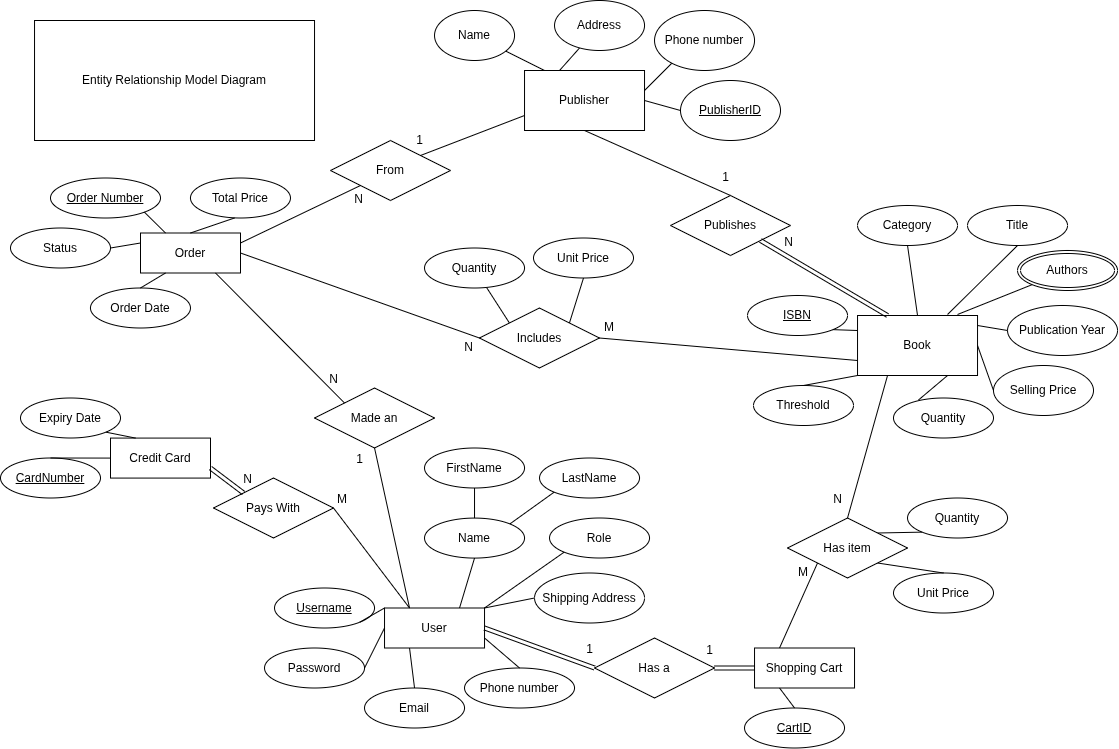
This is src/Database/images/ERD.png from seifmaazouz/order-processing-system, a draw.io export, as it was before one commit. Source tidied: cells renumbered, new cells last; positions are measured from the earlier drawing's top-left corner, leaving out a move shared by most shapes.
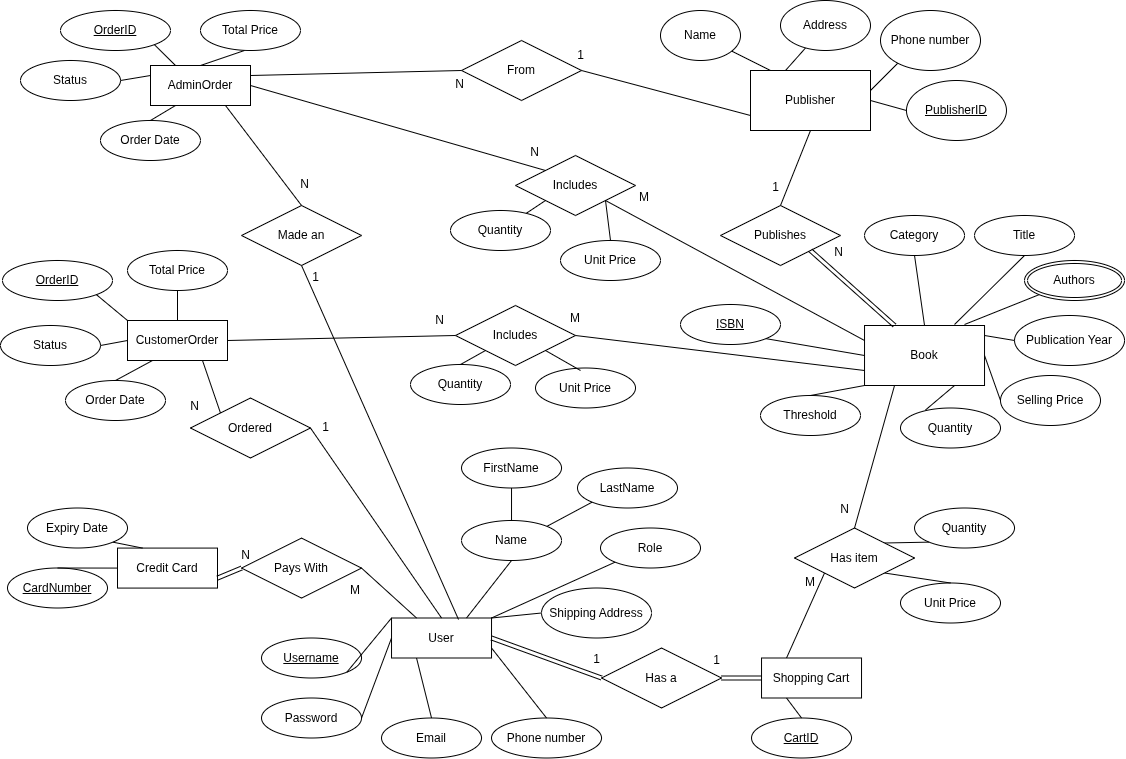
Above is the later version.

Commit message:
Feature: updated schema and all queries to split order table

What changed in the source:
```diff
@@ -5,3 +5,3 @@
     <mxCell id="2" value="Publisher" style="rounded=0;whiteSpace=wrap;html=1;" parent="1" vertex="1">
-      <mxGeometry x="524" y="70" width="120" height="60" as="geometry" />
+      <mxGeometry x="743" y="60" width="120" height="60" as="geometry" />
     </mxCell>
@@ -9,4 +9,4 @@
       <mxGeometry relative="1" as="geometry">
-        <mxPoint x="544" y="70" as="sourcePoint" />
-        <mxPoint x="504" y="50" as="targetPoint" />
+        <mxPoint x="763" y="60" as="sourcePoint" />
+        <mxPoint x="723" y="40" as="targetPoint" />
       </mxGeometry>
@@ -14,6 +14,6 @@
     <mxCell id="4" value="Name" style="ellipse;whiteSpace=wrap;html=1;" parent="1" vertex="1">
-      <mxGeometry x="434" y="10" width="80" height="50" as="geometry" />
+      <mxGeometry x="653" width="80" height="50" as="geometry" />
     </mxCell>
     <mxCell id="5" value="&lt;u&gt;PublisherID&lt;/u&gt;" style="ellipse;whiteSpace=wrap;html=1;" parent="1" vertex="1">
-      <mxGeometry x="680" y="80" width="100" height="60" as="geometry" />
+      <mxGeometry x="899" y="70" width="100" height="60" as="geometry" />
     </mxCell>
@@ -24,3 +24,3 @@
       <mxGeometry relative="1" as="geometry">
-        <mxPoint x="559" y="70" as="sourcePoint" />
+        <mxPoint x="778" y="60" as="sourcePoint" />
       </mxGeometry>
@@ -28,3 +28,3 @@
     <mxCell id="8" value="Address" style="ellipse;whiteSpace=wrap;html=1;" parent="1" vertex="1">
-      <mxGeometry x="554" width="90" height="50" as="geometry" />
+      <mxGeometry x="773" y="-10" width="90" height="50" as="geometry" />
     </mxCell>
@@ -32,4 +32,4 @@
       <mxGeometry relative="1" as="geometry">
-        <mxPoint x="644" y="90" as="sourcePoint" />
-        <mxPoint x="674" y="60" as="targetPoint" />
+        <mxPoint x="863" y="80" as="sourcePoint" />
+        <mxPoint x="893" y="50" as="targetPoint" />
       </mxGeometry>
@@ -37,3 +37,3 @@
     <mxCell id="10" value="Phone number" style="ellipse;whiteSpace=wrap;html=1;" parent="1" vertex="1">
-      <mxGeometry x="654" y="10" width="100" height="60" as="geometry" />
+      <mxGeometry x="873" width="100" height="60" as="geometry" />
     </mxCell>
@@ -43,5 +43,5 @@
     <mxCell id="12" value="ISBN" style="ellipse;whiteSpace=wrap;html=1;align=center;fontStyle=4;" parent="1" vertex="1">
-      <mxGeometry x="747" y="295" width="100" height="40" as="geometry" />
+      <mxGeometry x="673" y="294" width="100" height="40" as="geometry" />
     </mxCell>
-    <mxCell id="13" style="endArrow=none;html=1;rounded=0;exitX=1;exitY=1;exitDx=0;exitDy=0;entryX=0;entryY=0.25;entryDx=0;entryDy=0;" parent="1" edge="1" source="12" target="11">
+    <mxCell id="13" style="endArrow=none;html=1;rounded=0;exitX=1;exitY=1;exitDx=0;exitDy=0;entryX=0;entryY=0.5;entryDx=0;entryDy=0;" parent="1" edge="1" source="12" target="11">
       <mxGeometry relative="1" as="geometry" />
@@ -91,3 +91,3 @@
     <mxCell id="26" value="Publishes" style="shape=rhombus;perimeter=rhombusPerimeter;whiteSpace=wrap;html=1;align=center;" parent="1" vertex="1">
-      <mxGeometry x="670" y="195" width="120" height="60" as="geometry" />
+      <mxGeometry x="713" y="195" width="120" height="60" as="geometry" />
     </mxCell>
@@ -105,3 +105,3 @@
     <mxCell id="30" value="Password" style="ellipse;whiteSpace=wrap;html=1;align=center;" parent="1" vertex="1">
-      <mxGeometry x="264" y="647.5" width="100" height="40" as="geometry" />
+      <mxGeometry x="254" y="687.5" width="100" height="40" as="geometry" />
     </mxCell>
@@ -111,3 +111,3 @@
     <mxCell id="32" value="Username" style="ellipse;whiteSpace=wrap;html=1;align=center;fontStyle=4;" parent="1" vertex="1">
-      <mxGeometry x="274" y="587.5" width="100" height="40" as="geometry" />
+      <mxGeometry x="254" y="627.5" width="100" height="40" as="geometry" />
     </mxCell>
@@ -117,9 +117,9 @@
     <mxCell id="34" value="Email" style="ellipse;whiteSpace=wrap;html=1;align=center;" parent="1" vertex="1">
-      <mxGeometry x="364" y="687.5" width="100" height="40" as="geometry" />
+      <mxGeometry x="374" y="707.5" width="100" height="40" as="geometry" />
     </mxCell>
     <mxCell id="35" value="Phone number" style="ellipse;whiteSpace=wrap;html=1;align=center;" parent="1" vertex="1">
-      <mxGeometry x="464" y="667.5" width="110" height="40" as="geometry" />
+      <mxGeometry x="484" y="707.5" width="110" height="40" as="geometry" />
     </mxCell>
     <mxCell id="36" value="Shipping Address" style="ellipse;whiteSpace=wrap;html=1;align=center;" parent="1" vertex="1">
-      <mxGeometry x="534" y="572.5" width="110" height="50" as="geometry" />
+      <mxGeometry x="534" y="577.5" width="110" height="50" as="geometry" />
     </mxCell>
@@ -199,6 +199,6 @@
     <mxCell id="58" value="Credit Card" style="whiteSpace=wrap;html=1;align=center;" parent="1" vertex="1">
-      <mxGeometry x="110" y="437.6" width="100" height="40" as="geometry" />
+      <mxGeometry x="110" y="537.6" width="100" height="40" as="geometry" />
     </mxCell>
     <mxCell id="59" value="CardNumber" style="ellipse;whiteSpace=wrap;html=1;align=center;fontStyle=4;" parent="1" vertex="1">
-      <mxGeometry y="457.5" width="100" height="40" as="geometry" />
+      <mxGeometry y="557.5" width="100" height="40" as="geometry" />
     </mxCell>
@@ -208,3 +208,3 @@
     <mxCell id="61" value="Expiry Date" style="ellipse;whiteSpace=wrap;html=1;align=center;" parent="1" vertex="1">
-      <mxGeometry x="20" y="397.5" width="100" height="40" as="geometry" />
+      <mxGeometry x="20" y="497.5" width="100" height="40" as="geometry" />
     </mxCell>
@@ -214,3 +214,3 @@
     <mxCell id="63" value="Pays With" style="shape=rhombus;perimeter=rhombusPerimeter;whiteSpace=wrap;html=1;align=center;" parent="1" vertex="1">
-      <mxGeometry x="213" y="477.5" width="120" height="60" as="geometry" />
+      <mxGeometry x="234" y="527.6" width="120" height="60" as="geometry" />
     </mxCell>
@@ -221,6 +221,6 @@
       <mxGeometry x="1" relative="1" as="geometry">
-        <mxPoint x="15" as="offset" />
+        <mxPoint y="30" as="offset" />
       </mxGeometry>
     </mxCell>
-    <mxCell id="66" style="shape=link;html=1;rounded=0;exitX=1;exitY=0.75;exitDx=0;exitDy=0;entryX=0;entryY=0;entryDx=0;entryDy=0;" parent="1" edge="1" source="58" target="63">
+    <mxCell id="66" style="shape=link;html=1;rounded=0;exitX=1;exitY=0.75;exitDx=0;exitDy=0;entryX=0;entryY=0.5;entryDx=0;entryDy=0;" parent="1" edge="1" source="58" target="63">
       <mxGeometry relative="1" as="geometry" />
@@ -232,7 +232,7 @@
     </mxCell>
-    <mxCell id="68" value="Order" style="whiteSpace=wrap;html=1;align=center;" parent="1" vertex="1">
-      <mxGeometry x="140" y="232.5" width="100" height="40" as="geometry" />
+    <mxCell id="68" value="AdminOrder" style="whiteSpace=wrap;html=1;align=center;" parent="1" vertex="1">
+      <mxGeometry x="143" y="55" width="100" height="40" as="geometry" />
     </mxCell>
-    <mxCell id="69" value="Order Number" style="ellipse;whiteSpace=wrap;html=1;align=center;fontStyle=4;" parent="1" vertex="1">
-      <mxGeometry x="50" y="177.5" width="110" height="40" as="geometry" />
+    <mxCell id="69" value="OrderID" style="ellipse;whiteSpace=wrap;html=1;align=center;fontStyle=4;" parent="1" vertex="1">
+      <mxGeometry x="53" width="110" height="40" as="geometry" />
     </mxCell>
@@ -242,3 +242,3 @@
     <mxCell id="71" value="Status" style="ellipse;whiteSpace=wrap;html=1;align=center;" parent="1" vertex="1">
-      <mxGeometry x="10" y="227.5" width="100" height="40" as="geometry" />
+      <mxGeometry x="13" y="50" width="100" height="40" as="geometry" />
     </mxCell>
@@ -248,3 +248,3 @@
     <mxCell id="73" value="Order Date" style="ellipse;whiteSpace=wrap;html=1;align=center;" parent="1" vertex="1">
-      <mxGeometry x="90" y="287.5" width="100" height="40" as="geometry" />
+      <mxGeometry x="93" y="110" width="100" height="40" as="geometry" />
     </mxCell>
@@ -254,3 +254,3 @@
     <mxCell id="75" value="Total Price" style="ellipse;whiteSpace=wrap;html=1;align=center;" parent="1" vertex="1">
-      <mxGeometry x="190" y="177.5" width="100" height="40" as="geometry" />
+      <mxGeometry x="193" width="100" height="40" as="geometry" />
     </mxCell>
@@ -260,5 +260,5 @@
     <mxCell id="77" value="Made an" style="shape=rhombus;perimeter=rhombusPerimeter;whiteSpace=wrap;html=1;align=center;" parent="1" vertex="1">
-      <mxGeometry x="314" y="387.5" width="120" height="60" as="geometry" />
+      <mxGeometry x="234" y="195" width="120" height="60" as="geometry" />
     </mxCell>
-    <mxCell id="78" style="endArrow=none;html=1;rounded=0;exitX=0.25;exitY=0;exitDx=0;exitDy=0;entryX=0.5;entryY=1;entryDx=0;entryDy=0;" parent="1" edge="1" source="29" target="77">
+    <mxCell id="78" style="endArrow=none;html=1;rounded=0;exitX=0.67;exitY=0.038;exitDx=0;exitDy=0;entryX=0.5;entryY=1;entryDx=0;entryDy=0;exitPerimeter=0;" parent="1" edge="1" source="29" target="77">
       <mxGeometry relative="1" as="geometry" />
@@ -267,14 +267,6 @@
       <mxGeometry x="1" relative="1" as="geometry">
-        <mxPoint x="-10" y="20" as="offset" />
+        <mxPoint x="19" y="20" as="offset" />
       </mxGeometry>
     </mxCell>
-    <mxCell id="80" style="endArrow=none;html=1;rounded=0;exitX=0.75;exitY=1;exitDx=0;exitDy=0;entryX=0;entryY=0;entryDx=0;entryDy=0;" parent="1" edge="1" source="68" target="77">
-      <mxGeometry relative="1" as="geometry" />
-    </mxCell>
-    <mxCell id="81" value="N" style="html=1;whiteSpace=wrap;align=right;verticalAlign=bottom;" parent="80" vertex="1">
-      <mxGeometry x="1" relative="1" as="geometry">
-        <mxPoint x="-5" y="-15" as="offset" />
-      </mxGeometry>
-    </mxCell>
-    <mxCell id="82" style="endArrow=none;html=1;rounded=0;exitX=1;exitY=0.5;exitDx=0;exitDy=0;entryX=0;entryY=0.5;entryDx=0;entryDy=0;" parent="1" edge="1" source="68" target="96">
+    <mxCell id="82" style="endArrow=none;html=1;rounded=0;exitX=1;exitY=0.5;exitDx=0;exitDy=0;entryX=0;entryY=0;entryDx=0;entryDy=0;" parent="1" edge="1" source="68" target="96">
       <mxGeometry relative="1" as="geometry" />
@@ -283,14 +275,6 @@
       <mxGeometry x="1" relative="1" as="geometry">
-        <mxPoint x="-5" y="17" as="offset" />
+        <mxPoint x="-5" y="-10" as="offset" />
       </mxGeometry>
     </mxCell>
-    <mxCell id="84" style="endArrow=none;html=1;rounded=0;exitX=0;exitY=0.75;exitDx=0;exitDy=0;entryX=1;entryY=0.5;entryDx=0;entryDy=0;" parent="1" edge="1" source="11" target="96">
-      <mxGeometry relative="1" as="geometry" />
-    </mxCell>
-    <mxCell id="85" value="M" style="html=1;whiteSpace=wrap;align=right;verticalAlign=bottom;" parent="84" vertex="1">
-      <mxGeometry x="1" relative="1" as="geometry">
-        <mxPoint x="16" y="-3" as="offset" />
-      </mxGeometry>
-    </mxCell>
-    <mxCell id="86" style="endArrow=none;html=1;rounded=0;exitX=0;exitY=0;exitDx=0;exitDy=0;" parent="1" edge="1" source="96" target="87">
+    <mxCell id="86" style="endArrow=none;html=1;rounded=0;exitX=0;exitY=1;exitDx=0;exitDy=0;" parent="1" edge="1" source="96" target="87">
       <mxGeometry relative="1" as="geometry" />
@@ -298,8 +282,8 @@
     <mxCell id="87" value="Quantity" style="ellipse;whiteSpace=wrap;html=1;align=center;" parent="1" vertex="1">
-      <mxGeometry x="424" y="247.5" width="100" height="40" as="geometry" />
+      <mxGeometry x="443" y="200" width="100" height="40" as="geometry" />
     </mxCell>
     <mxCell id="88" value="Unit Price" style="ellipse;whiteSpace=wrap;html=1;align=center;" parent="1" vertex="1">
-      <mxGeometry x="533" y="237.5" width="100" height="40" as="geometry" />
+      <mxGeometry x="553" y="230" width="100" height="40" as="geometry" />
     </mxCell>
-    <mxCell id="89" style="endArrow=none;html=1;rounded=0;exitX=1;exitY=0;exitDx=0;exitDy=0;entryX=0.5;entryY=1;entryDx=0;entryDy=0;" parent="1" edge="1" source="96" target="88">
+    <mxCell id="89" style="endArrow=none;html=1;rounded=0;exitX=1;exitY=1;exitDx=0;exitDy=0;entryX=0.5;entryY=0;entryDx=0;entryDy=0;" parent="1" edge="1" source="96" target="88">
       <mxGeometry relative="1" as="geometry" />
@@ -307,5 +291,5 @@
     <mxCell id="90" value="From" style="shape=rhombus;perimeter=rhombusPerimeter;whiteSpace=wrap;html=1;align=center;" parent="1" vertex="1">
-      <mxGeometry x="330" y="140" width="120" height="60" as="geometry" />
+      <mxGeometry x="454" y="30" width="120" height="60" as="geometry" />
     </mxCell>
-    <mxCell id="91" style="endArrow=none;html=1;rounded=0;exitX=1;exitY=0.25;exitDx=0;exitDy=0;entryX=0;entryY=1;entryDx=0;entryDy=0;" parent="1" edge="1" source="68" target="90">
+    <mxCell id="91" style="endArrow=none;html=1;rounded=0;exitX=1;exitY=0.25;exitDx=0;exitDy=0;entryX=0;entryY=0.5;entryDx=0;entryDy=0;" parent="1" edge="1" source="68" target="90">
       <mxGeometry relative="1" as="geometry" />
@@ -317,3 +301,3 @@
     </mxCell>
-    <mxCell id="93" style="endArrow=none;html=1;rounded=0;exitX=0;exitY=0.75;exitDx=0;exitDy=0;entryX=1;entryY=0;entryDx=0;entryDy=0;" parent="1" edge="1" source="2" target="90">
+    <mxCell id="93" style="endArrow=none;html=1;rounded=0;exitX=0;exitY=0.75;exitDx=0;exitDy=0;entryX=1;entryY=0.5;entryDx=0;entryDy=0;" parent="1" edge="1" source="2" target="90">
       <mxGeometry relative="1" as="geometry" />
@@ -325,10 +309,7 @@
     </mxCell>
-    <mxCell id="95" value="Entity Relationship Model Diagram" style="whiteSpace=wrap;html=1;align=center;" parent="1" vertex="1">
-      <mxGeometry x="34" y="20" width="280" height="120" as="geometry" />
-    </mxCell>
     <mxCell id="96" value="Includes" style="shape=rhombus;perimeter=rhombusPerimeter;whiteSpace=wrap;html=1;align=center;" parent="1" vertex="1">
-      <mxGeometry x="478.9" y="307.5" width="120" height="60" as="geometry" />
+      <mxGeometry x="508" y="145" width="120" height="60" as="geometry" />
     </mxCell>
     <mxCell id="97" value="Name" style="ellipse;whiteSpace=wrap;html=1;align=center;" parent="1" vertex="1">
-      <mxGeometry x="424" y="517.6" width="100" height="40" as="geometry" />
+      <mxGeometry x="454" y="510" width="100" height="40" as="geometry" />
     </mxCell>
@@ -338,6 +319,6 @@
     <mxCell id="99" value="FirstName" style="ellipse;whiteSpace=wrap;html=1;align=center;" parent="1" vertex="1">
-      <mxGeometry x="424" y="447.5" width="100" height="40" as="geometry" />
+      <mxGeometry x="454" y="437.5" width="100" height="40" as="geometry" />
     </mxCell>
     <mxCell id="100" value="LastName" style="ellipse;whiteSpace=wrap;html=1;align=center;" parent="1" vertex="1">
-      <mxGeometry x="539" y="457.5" width="100" height="40" as="geometry" />
+      <mxGeometry x="570" y="457.5" width="100" height="40" as="geometry" />
     </mxCell>
@@ -353,3 +334,3 @@
     <mxCell id="104" value="Role" style="ellipse;whiteSpace=wrap;html=1;align=center;" parent="1" vertex="1">
-      <mxGeometry x="549" y="517.5" width="100" height="40" as="geometry" />
+      <mxGeometry x="593" y="517.5" width="100" height="40" as="geometry" />
     </mxCell>
@@ -369,2 +350,97 @@
     </mxCell>
+    <mxCell id="84" style="endArrow=none;html=1;rounded=0;exitX=0;exitY=0.25;exitDx=0;exitDy=0;entryX=1;entryY=1;entryDx=0;entryDy=0;" parent="1" edge="1" source="11" target="96">
+      <mxGeometry relative="1" as="geometry" />
+    </mxCell>
+    <mxCell id="109" value="M" style="html=1;whiteSpace=wrap;align=right;verticalAlign=bottom;" parent="84" vertex="1">
+      <mxGeometry x="1" relative="1" as="geometry">
+        <mxPoint x="45" y="5" as="offset" />
+      </mxGeometry>
+    </mxCell>
+    <mxCell id="80" style="endArrow=none;html=1;rounded=0;exitX=0.75;exitY=1;exitDx=0;exitDy=0;entryX=0.5;entryY=0;entryDx=0;entryDy=0;" parent="1" edge="1" source="68" target="77">
+      <mxGeometry relative="1" as="geometry" />
+    </mxCell>
+    <mxCell id="110" value="N" style="html=1;whiteSpace=wrap;align=right;verticalAlign=bottom;" parent="80" vertex="1">
+      <mxGeometry x="1" relative="1" as="geometry">
+        <mxPoint x="9" y="-13" as="offset" />
+      </mxGeometry>
+    </mxCell>
+    <mxCell id="111" value="CustomerOrder" style="whiteSpace=wrap;html=1;align=center;" parent="1" vertex="1">
+      <mxGeometry x="120" y="310" width="100" height="40" as="geometry" />
+    </mxCell>
+    <mxCell id="112" value="Ordered" style="shape=rhombus;perimeter=rhombusPerimeter;whiteSpace=wrap;html=1;align=center;" parent="1" vertex="1">
+      <mxGeometry x="183" y="387.5" width="120" height="60" as="geometry" />
+    </mxCell>
+    <mxCell id="113" style="endArrow=none;html=1;rounded=0;exitX=0.5;exitY=0;exitDx=0;exitDy=0;entryX=1;entryY=0.5;entryDx=0;entryDy=0;" parent="1" edge="1" source="29" target="112">
+      <mxGeometry relative="1" as="geometry" />
+    </mxCell>
+    <mxCell id="114" value="1" style="html=1;whiteSpace=wrap;align=right;verticalAlign=bottom;" parent="113" vertex="1">
+      <mxGeometry x="1" relative="1" as="geometry">
+        <mxPoint x="20" y="8" as="offset" />
+      </mxGeometry>
+    </mxCell>
+    <mxCell id="115" style="endArrow=none;html=1;rounded=0;exitX=0.75;exitY=1;exitDx=0;exitDy=0;entryX=0;entryY=0;entryDx=0;entryDy=0;" parent="1" edge="1" source="111" target="112">
+      <mxGeometry relative="1" as="geometry" />
+    </mxCell>
+    <mxCell id="116" value="N" style="html=1;whiteSpace=wrap;align=right;verticalAlign=bottom;" parent="115" vertex="1">
+      <mxGeometry x="1" relative="1" as="geometry">
+        <mxPoint x="-20" y="2" as="offset" />
+      </mxGeometry>
+    </mxCell>
+    <mxCell id="117" value="OrderID" style="ellipse;whiteSpace=wrap;html=1;align=center;fontStyle=4;" parent="1" vertex="1">
+      <mxGeometry x="-5" y="250" width="110" height="40" as="geometry" />
+    </mxCell>
+    <mxCell id="118" value="Status" style="ellipse;whiteSpace=wrap;html=1;align=center;" parent="1" vertex="1">
+      <mxGeometry x="-7" y="315" width="100" height="40" as="geometry" />
+    </mxCell>
+    <mxCell id="119" value="Total Price" style="ellipse;whiteSpace=wrap;html=1;align=center;" parent="1" vertex="1">
+      <mxGeometry x="120" y="240" width="100" height="40" as="geometry" />
+    </mxCell>
+    <mxCell id="120" value="Order Date" style="ellipse;whiteSpace=wrap;html=1;align=center;" parent="1" vertex="1">
+      <mxGeometry x="58" y="370" width="100" height="40" as="geometry" />
+    </mxCell>
+    <mxCell id="121" style="endArrow=none;html=1;rounded=0;exitX=0.5;exitY=0;exitDx=0;exitDy=0;entryX=0.5;entryY=1;entryDx=0;entryDy=0;" parent="1" edge="1" source="111" target="119">
+      <mxGeometry relative="1" as="geometry" />
+    </mxCell>
+    <mxCell id="122" style="endArrow=none;html=1;rounded=0;exitX=0;exitY=0;exitDx=0;exitDy=0;entryX=1;entryY=1;entryDx=0;entryDy=0;" parent="1" edge="1" source="111" target="117">
+      <mxGeometry relative="1" as="geometry" />
+    </mxCell>
+    <mxCell id="123" style="endArrow=none;html=1;rounded=0;exitX=0;exitY=0.5;exitDx=0;exitDy=0;entryX=1;entryY=0.5;entryDx=0;entryDy=0;" parent="1" edge="1" source="111" target="118">
+      <mxGeometry relative="1" as="geometry" />
+    </mxCell>
+    <mxCell id="124" style="endArrow=none;html=1;rounded=0;exitX=0.25;exitY=1;exitDx=0;exitDy=0;entryX=0.5;entryY=0;entryDx=0;entryDy=0;" parent="1" edge="1" source="111" target="120">
+      <mxGeometry relative="1" as="geometry" />
+    </mxCell>
+    <mxCell id="125" value="Includes" style="shape=rhombus;perimeter=rhombusPerimeter;whiteSpace=wrap;html=1;align=center;" parent="1" vertex="1">
+      <mxGeometry x="448" y="295" width="120" height="60" as="geometry" />
+    </mxCell>
+    <mxCell id="126" style="endArrow=none;html=1;rounded=0;exitX=1;exitY=0.5;exitDx=0;exitDy=0;entryX=0;entryY=0.5;entryDx=0;entryDy=0;" parent="1" edge="1" source="111" target="125">
+      <mxGeometry relative="1" as="geometry" />
+    </mxCell>
+    <mxCell id="127" value="N" style="html=1;whiteSpace=wrap;align=right;verticalAlign=bottom;" parent="126" vertex="1">
+      <mxGeometry x="1" relative="1" as="geometry">
+        <mxPoint x="-10" y="-7" as="offset" />
+      </mxGeometry>
+    </mxCell>
+    <mxCell id="128" style="endArrow=none;html=1;rounded=0;exitX=0;exitY=0.75;exitDx=0;exitDy=0;entryX=1;entryY=0.5;entryDx=0;entryDy=0;" parent="1" edge="1" source="11" target="125">
+      <mxGeometry relative="1" as="geometry" />
+    </mxCell>
+    <mxCell id="129" value="M" style="html=1;whiteSpace=wrap;align=right;verticalAlign=bottom;" parent="128" vertex="1">
+      <mxGeometry x="1" relative="1" as="geometry">
+        <mxPoint x="6" y="-9" as="offset" />
+      </mxGeometry>
+    </mxCell>
+    <mxCell id="130" value="Quantity" style="ellipse;whiteSpace=wrap;html=1;align=center;" parent="1" vertex="1">
+      <mxGeometry x="403" y="354" width="100" height="40" as="geometry" />
+    </mxCell>
+    <mxCell id="131" style="endArrow=none;html=1;rounded=0;exitX=0;exitY=1;exitDx=0;exitDy=0;entryX=0.5;entryY=0;entryDx=0;entryDy=0;" parent="1" edge="1" source="125" target="130">
+      <mxGeometry relative="1" as="geometry" />
+    </mxCell>
+    <mxCell id="132" value="Unit Price" style="ellipse;whiteSpace=wrap;html=1;align=center;" parent="1" vertex="1">
+      <mxGeometry x="528" y="357.5" width="100" height="40" as="geometry" />
+    </mxCell>
+    <mxCell id="133" style="endArrow=none;html=1;rounded=0;exitX=1;exitY=1;exitDx=0;exitDy=0;" parent="1" edge="1" source="125">
+      <mxGeometry relative="1" as="geometry">
+        <mxPoint x="573" y="360" as="targetPoint" />
+      </mxGeometry>
+    </mxCell>
   </root>
```
